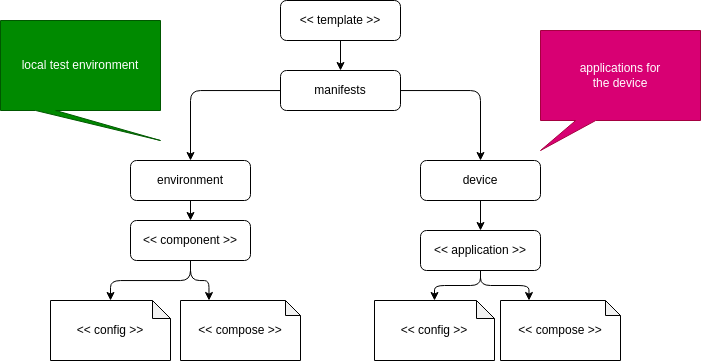
This is docs/folders.png from ci4rail/mender-template, a draw.io export, as it was before one commit. Source tidied: cells renumbered, new cells last; positions are measured from the earlier drawing's top-left corner, leaving out a move shared by most shapes. Its diagram source:
```xml
<mxGraphModel>
  <root>
    <mxCell id="0" />
    <mxCell id="1" parent="0" />
    <mxCell id="2" style="edgeStyle=none;html=1;" parent="1" edge="1" source="3" target="7">
      <mxGeometry relative="1" as="geometry" />
    </mxCell>
    <mxCell id="3" value="&amp;lt;&amp;lt; template &amp;gt;&amp;gt;" style="rounded=1;whiteSpace=wrap;html=1;fontSize=12;glass=0;strokeWidth=1;shadow=0;" parent="1" vertex="1">
      <mxGeometry x="280" width="120" height="40" as="geometry" />
    </mxCell>
    <mxCell id="4" value="No" style="edgeStyle=orthogonalEdgeStyle;rounded=0;html=1;jettySize=auto;fontSize=11;endArrow=block;endFill=0;endSize=8;strokeWidth=1;shadow=0;labelBackgroundColor=none;" parent="1" edge="1" target="x">
      <mxGeometry y="10" relative="1" as="geometry">
        <mxPoint x="290" y="160" as="sourcePoint" />
      </mxGeometry>
    </mxCell>
    <mxCell id="5" style="edgeStyle=orthogonalEdgeStyle;html=1;entryX=0.5;entryY=0;entryDx=0;entryDy=0;" parent="1" edge="1" source="7" target="9">
      <mxGeometry relative="1" as="geometry" />
    </mxCell>
    <mxCell id="6" style="edgeStyle=orthogonalEdgeStyle;html=1;entryX=0.5;entryY=0;entryDx=0;entryDy=0;" parent="1" edge="1" source="7" target="11">
      <mxGeometry relative="1" as="geometry" />
    </mxCell>
    <mxCell id="7" value="manifests" style="rounded=1;whiteSpace=wrap;html=1;fontSize=12;glass=0;strokeWidth=1;shadow=0;" parent="1" vertex="1">
      <mxGeometry x="280" y="70" width="120" height="40" as="geometry" />
    </mxCell>
    <mxCell id="8" style="edgeStyle=orthogonalEdgeStyle;html=1;" parent="1" edge="1" source="9" target="19">
      <mxGeometry relative="1" as="geometry" />
    </mxCell>
    <mxCell id="9" value="environment" style="rounded=1;whiteSpace=wrap;html=1;fontSize=12;glass=0;strokeWidth=1;shadow=0;" parent="1" vertex="1">
      <mxGeometry x="130" y="160" width="120" height="40" as="geometry" />
    </mxCell>
    <mxCell id="10" style="edgeStyle=orthogonalEdgeStyle;html=1;entryX=0.5;entryY=0;entryDx=0;entryDy=0;" parent="1" edge="1" source="11" target="14">
      <mxGeometry relative="1" as="geometry" />
    </mxCell>
    <mxCell id="11" value="device" style="rounded=1;whiteSpace=wrap;html=1;fontSize=12;glass=0;strokeWidth=1;shadow=0;" parent="1" vertex="1">
      <mxGeometry x="420" y="160" width="120" height="40" as="geometry" />
    </mxCell>
    <mxCell id="12" style="edgeStyle=orthogonalEdgeStyle;html=1;entryX=0.5;entryY=0;entryDx=0;entryDy=0;entryPerimeter=0;" parent="1" edge="1" source="14" target="16">
      <mxGeometry relative="1" as="geometry" />
    </mxCell>
    <mxCell id="13" style="edgeStyle=orthogonalEdgeStyle;html=1;entryX=0;entryY=0;entryDx=28.5;entryDy=0;entryPerimeter=0;" parent="1" edge="1" source="14" target="15">
      <mxGeometry relative="1" as="geometry" />
    </mxCell>
    <mxCell id="14" value="&amp;lt;&amp;lt; application &amp;gt;&amp;gt;" style="rounded=1;whiteSpace=wrap;html=1;fontSize=12;glass=0;strokeWidth=1;shadow=0;" parent="1" vertex="1">
      <mxGeometry x="420" y="230" width="120" height="40" as="geometry" />
    </mxCell>
    <mxCell id="15" value="&amp;lt;&amp;lt; compose &amp;gt;&amp;gt;" style="shape=note;whiteSpace=wrap;html=1;backgroundOutline=1;darkOpacity=0.05;size=15;" parent="1" vertex="1">
      <mxGeometry x="500" y="300" width="120" height="60" as="geometry" />
    </mxCell>
    <mxCell id="16" value="&amp;lt;&amp;lt; config &amp;gt;&amp;gt;" style="shape=note;whiteSpace=wrap;html=1;backgroundOutline=1;darkOpacity=0.05;size=18;" parent="1" vertex="1">
      <mxGeometry x="374" y="300" width="120" height="60" as="geometry" />
    </mxCell>
    <mxCell id="17" value="local test environment" style="shape=callout;whiteSpace=wrap;html=1;perimeter=calloutPerimeter;size=30;position=0.22;position2=1;fillColor=#008a00;fontColor=#ffffff;strokeColor=#005700;" parent="1" vertex="1">
      <mxGeometry y="20" width="160" height="120" as="geometry" />
    </mxCell>
    <mxCell id="18" value="applications for&lt;br&gt;the device" style="shape=callout;whiteSpace=wrap;html=1;perimeter=calloutPerimeter;size=30;position=0.22;position2=0;fillColor=#d80073;fontColor=#ffffff;strokeColor=#A50040;" parent="1" vertex="1">
      <mxGeometry x="540" y="30" width="160" height="120" as="geometry" />
    </mxCell>
    <mxCell id="19" value="&amp;lt;&amp;lt; component &amp;gt;&amp;gt;" style="rounded=1;whiteSpace=wrap;html=1;fontSize=12;glass=0;strokeWidth=1;shadow=0;" parent="1" vertex="1">
      <mxGeometry x="130" y="220" width="120" height="40" as="geometry" />
    </mxCell>
    <mxCell id="20" style="edgeStyle=orthogonalEdgeStyle;html=1;entryX=0.5;entryY=0;entryDx=0;entryDy=0;entryPerimeter=0;exitX=0.5;exitY=1;exitDx=0;exitDy=0;" parent="1" edge="1" source="19" target="23">
      <mxGeometry relative="1" as="geometry" />
    </mxCell>
    <mxCell id="21" style="edgeStyle=orthogonalEdgeStyle;html=1;entryX=0;entryY=0;entryDx=28.5;entryDy=0;entryPerimeter=0;exitX=0.5;exitY=1;exitDx=0;exitDy=0;" parent="1" edge="1" source="19" target="22">
      <mxGeometry relative="1" as="geometry" />
    </mxCell>
    <mxCell id="22" value="&amp;lt;&amp;lt; compose &amp;gt;&amp;gt;" style="shape=note;whiteSpace=wrap;html=1;backgroundOutline=1;darkOpacity=0.05;size=15;" parent="1" vertex="1">
      <mxGeometry x="180" y="300" width="120" height="60" as="geometry" />
    </mxCell>
    <mxCell id="23" value="&amp;lt;&amp;lt; config &amp;gt;&amp;gt;" style="shape=note;whiteSpace=wrap;html=1;backgroundOutline=1;darkOpacity=0.05;size=18;" parent="1" vertex="1">
      <mxGeometry x="50" y="300" width="120" height="60" as="geometry" />
    </mxCell>
  </root>
</mxGraphModel>
```
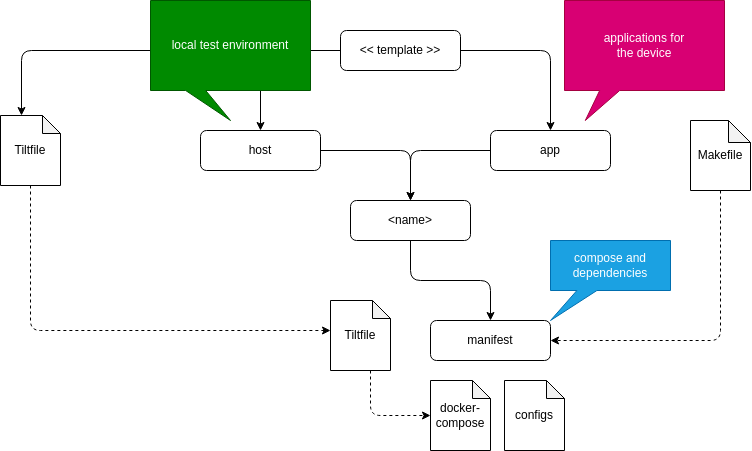
Above is the later version.

Change to the diagram source:
```diff
@@ -2,73 +2,98 @@
   <root>
     <mxCell id="0" />
     <mxCell id="1" parent="0" />
-    <mxCell id="2" style="edgeStyle=none;html=1;" parent="1" edge="1" source="3" target="7">
-      <mxGeometry relative="1" as="geometry" />
-    </mxCell>
+    <mxCell id="24" style="edgeStyle=orthogonalEdgeStyle;html=1;" parent="1" edge="1" source="3" target="28">
+      <mxGeometry relative="1" as="geometry" />
+    </mxCell>
+    <mxCell id="25" style="edgeStyle=orthogonalEdgeStyle;html=1;" parent="1" edge="1" source="3" target="30">
+      <mxGeometry relative="1" as="geometry" />
+    </mxCell>
+    <mxCell id="26" style="edgeStyle=orthogonalEdgeStyle;html=1;entryX=0;entryY=0;entryDx=21;entryDy=0;entryPerimeter=0;" parent="1" edge="1" source="3" target="40">
+      <mxGeometry relative="1" as="geometry" />
+    </mxCell>
     <mxCell id="3" value="&amp;lt;&amp;lt; template &amp;gt;&amp;gt;" style="rounded=1;whiteSpace=wrap;html=1;fontSize=12;glass=0;strokeWidth=1;shadow=0;" parent="1" vertex="1">
-      <mxGeometry x="280" width="120" height="40" as="geometry" />
+      <mxGeometry x="270" y="-120" width="120" height="40" as="geometry" />
     </mxCell>
-    <mxCell id="4" value="No" style="edgeStyle=orthogonalEdgeStyle;rounded=0;html=1;jettySize=auto;fontSize=11;endArrow=block;endFill=0;endSize=8;strokeWidth=1;shadow=0;labelBackgroundColor=none;" parent="1" edge="1" target="x">
+    <mxCell id="4" value="No" style="edgeStyle=orthogonalEdgeStyle;rounded=0;html=1;jettySize=auto;orthogonalLoop=1;fontSize=11;endArrow=block;endFill=0;endSize=8;strokeWidth=1;shadow=0;labelBackgroundColor=none;" parent="1" edge="1">
       <mxGeometry y="10" relative="1" as="geometry">
         <mxPoint x="290" y="160" as="sourcePoint" />
       </mxGeometry>
     </mxCell>
-    <mxCell id="5" style="edgeStyle=orthogonalEdgeStyle;html=1;entryX=0.5;entryY=0;entryDx=0;entryDy=0;" parent="1" edge="1" source="7" target="9">
-      <mxGeometry relative="1" as="geometry" />
+    <mxCell id="5" style="edgeStyle=orthogonalEdgeStyle;html=1;entryX=0.5;entryY=0;entryDx=0;entryDy=0;" parent="1" edge="1" target="x">
+      <mxGeometry relative="1" as="geometry">
+        <mxPoint x="510" y="290" as="sourcePoint" />
+      </mxGeometry>
     </mxCell>
-    <mxCell id="6" style="edgeStyle=orthogonalEdgeStyle;html=1;entryX=0.5;entryY=0;entryDx=0;entryDy=0;" parent="1" edge="1" source="7" target="11">
-      <mxGeometry relative="1" as="geometry" />
+    <mxCell id="6" style="edgeStyle=orthogonalEdgeStyle;html=1;entryX=0.5;entryY=0;entryDx=0;entryDy=0;" parent="1" edge="1" target="x">
+      <mxGeometry relative="1" as="geometry">
+        <mxPoint x="570.5" y="270" as="sourcePoint" />
+      </mxGeometry>
     </mxCell>
-    <mxCell id="7" value="manifests" style="rounded=1;whiteSpace=wrap;html=1;fontSize=12;glass=0;strokeWidth=1;shadow=0;" parent="1" vertex="1">
-      <mxGeometry x="280" y="70" width="120" height="40" as="geometry" />
-    </mxCell>
-    <mxCell id="8" style="edgeStyle=orthogonalEdgeStyle;html=1;" parent="1" edge="1" source="9" target="19">
-      <mxGeometry relative="1" as="geometry" />
-    </mxCell>
-    <mxCell id="9" value="environment" style="rounded=1;whiteSpace=wrap;html=1;fontSize=12;glass=0;strokeWidth=1;shadow=0;" parent="1" vertex="1">
-      <mxGeometry x="130" y="160" width="120" height="40" as="geometry" />
-    </mxCell>
-    <mxCell id="10" style="edgeStyle=orthogonalEdgeStyle;html=1;entryX=0.5;entryY=0;entryDx=0;entryDy=0;" parent="1" edge="1" source="11" target="14">
-      <mxGeometry relative="1" as="geometry" />
-    </mxCell>
-    <mxCell id="11" value="device" style="rounded=1;whiteSpace=wrap;html=1;fontSize=12;glass=0;strokeWidth=1;shadow=0;" parent="1" vertex="1">
-      <mxGeometry x="420" y="160" width="120" height="40" as="geometry" />
-    </mxCell>
-    <mxCell id="12" style="edgeStyle=orthogonalEdgeStyle;html=1;entryX=0.5;entryY=0;entryDx=0;entryDy=0;entryPerimeter=0;" parent="1" edge="1" source="14" target="16">
-      <mxGeometry relative="1" as="geometry" />
-    </mxCell>
-    <mxCell id="13" style="edgeStyle=orthogonalEdgeStyle;html=1;entryX=0;entryY=0;entryDx=28.5;entryDy=0;entryPerimeter=0;" parent="1" edge="1" source="14" target="15">
-      <mxGeometry relative="1" as="geometry" />
-    </mxCell>
-    <mxCell id="14" value="&amp;lt;&amp;lt; application &amp;gt;&amp;gt;" style="rounded=1;whiteSpace=wrap;html=1;fontSize=12;glass=0;strokeWidth=1;shadow=0;" parent="1" vertex="1">
-      <mxGeometry x="420" y="230" width="120" height="40" as="geometry" />
-    </mxCell>
-    <mxCell id="15" value="&amp;lt;&amp;lt; compose &amp;gt;&amp;gt;" style="shape=note;whiteSpace=wrap;html=1;backgroundOutline=1;darkOpacity=0.05;size=15;" parent="1" vertex="1">
-      <mxGeometry x="500" y="300" width="120" height="60" as="geometry" />
-    </mxCell>
-    <mxCell id="16" value="&amp;lt;&amp;lt; config &amp;gt;&amp;gt;" style="shape=note;whiteSpace=wrap;html=1;backgroundOutline=1;darkOpacity=0.05;size=18;" parent="1" vertex="1">
-      <mxGeometry x="374" y="300" width="120" height="60" as="geometry" />
-    </mxCell>
-    <mxCell id="17" value="local test environment" style="shape=callout;whiteSpace=wrap;html=1;perimeter=calloutPerimeter;size=30;position=0.22;position2=1;fillColor=#008a00;fontColor=#ffffff;strokeColor=#005700;" parent="1" vertex="1">
-      <mxGeometry y="20" width="160" height="120" as="geometry" />
+    <mxCell id="17" value="local test environment" style="shape=callout;whiteSpace=wrap;html=1;perimeter=calloutPerimeter;size=30;position=0.22;position2=0.5;fillColor=#008a00;fontColor=#ffffff;strokeColor=#005700;" parent="1" vertex="1">
+      <mxGeometry x="80" y="-150" width="160" height="120" as="geometry" />
     </mxCell>
-    <mxCell id="18" value="applications for&lt;br&gt;the device" style="shape=callout;whiteSpace=wrap;html=1;perimeter=calloutPerimeter;size=30;position=0.22;position2=0;fillColor=#d80073;fontColor=#ffffff;strokeColor=#A50040;" parent="1" vertex="1">
-      <mxGeometry x="540" y="30" width="160" height="120" as="geometry" />
+    <mxCell id="18" value="applications for&lt;br&gt;the device" style="shape=callout;whiteSpace=wrap;html=1;perimeter=calloutPerimeter;size=30;position=0.22;position2=0.13;fillColor=#d80073;fontColor=#ffffff;strokeColor=#A50040;" parent="1" vertex="1">
+      <mxGeometry x="494" y="-150" width="160" height="120" as="geometry" />
     </mxCell>
-    <mxCell id="19" value="&amp;lt;&amp;lt; component &amp;gt;&amp;gt;" style="rounded=1;whiteSpace=wrap;html=1;fontSize=12;glass=0;strokeWidth=1;shadow=0;" parent="1" vertex="1">
-      <mxGeometry x="130" y="220" width="120" height="40" as="geometry" />
-    </mxCell>
-    <mxCell id="20" style="edgeStyle=orthogonalEdgeStyle;html=1;entryX=0.5;entryY=0;entryDx=0;entryDy=0;entryPerimeter=0;exitX=0.5;exitY=1;exitDx=0;exitDy=0;" parent="1" edge="1" source="19" target="23">
-      <mxGeometry relative="1" as="geometry" />
-    </mxCell>
-    <mxCell id="21" style="edgeStyle=orthogonalEdgeStyle;html=1;entryX=0;entryY=0;entryDx=28.5;entryDy=0;entryPerimeter=0;exitX=0.5;exitY=1;exitDx=0;exitDy=0;" parent="1" edge="1" source="19" target="22">
-      <mxGeometry relative="1" as="geometry" />
-    </mxCell>
-    <mxCell id="22" value="&amp;lt;&amp;lt; compose &amp;gt;&amp;gt;" style="shape=note;whiteSpace=wrap;html=1;backgroundOutline=1;darkOpacity=0.05;size=15;" parent="1" vertex="1">
-      <mxGeometry x="180" y="300" width="120" height="60" as="geometry" />
-    </mxCell>
-    <mxCell id="23" value="&amp;lt;&amp;lt; config &amp;gt;&amp;gt;" style="shape=note;whiteSpace=wrap;html=1;backgroundOutline=1;darkOpacity=0.05;size=18;" parent="1" vertex="1">
-      <mxGeometry x="50" y="300" width="120" height="60" as="geometry" />
-    </mxCell>
+    <mxCell id="27" style="edgeStyle=orthogonalEdgeStyle;html=1;" parent="1" edge="1" source="28" target="32">
+      <mxGeometry relative="1" as="geometry" />
+    </mxCell>
+    <mxCell id="28" value="host" style="rounded=1;whiteSpace=wrap;html=1;fontSize=12;glass=0;strokeWidth=1;shadow=0;" parent="1" vertex="1">
+      <mxGeometry x="130" y="-20" width="120" height="40" as="geometry" />
+    </mxCell>
+    <mxCell id="29" style="edgeStyle=orthogonalEdgeStyle;html=1;" parent="1" edge="1" source="30" target="32">
+      <mxGeometry relative="1" as="geometry" />
+    </mxCell>
+    <mxCell id="30" value="app" style="rounded=1;whiteSpace=wrap;html=1;fontSize=12;glass=0;strokeWidth=1;shadow=0;" parent="1" vertex="1">
+      <mxGeometry x="420" y="-20" width="120" height="40" as="geometry" />
+    </mxCell>
+    <mxCell id="31" style="edgeStyle=orthogonalEdgeStyle;html=1;" parent="1" edge="1" source="32" target="35">
+      <mxGeometry relative="1" as="geometry" />
+    </mxCell>
+    <mxCell id="32" value="&amp;lt;name&amp;gt;" style="rounded=1;whiteSpace=wrap;html=1;fontSize=12;glass=0;strokeWidth=1;shadow=0;" parent="1" vertex="1">
+      <mxGeometry x="280" y="50" width="120" height="40" as="geometry" />
+    </mxCell>
+    <mxCell id="33" style="edgeStyle=orthogonalEdgeStyle;html=1;dashed=1;" parent="1" edge="1" source="34" target="36">
+      <mxGeometry relative="1" as="geometry">
+        <Array as="points">
+          <mxPoint x="300" y="265" />
+        </Array>
+      </mxGeometry>
+    </mxCell>
+    <mxCell id="34" value="Tiltfile" style="shape=note;whiteSpace=wrap;html=1;backgroundOutline=1;darkOpacity=0.05;size=18;" parent="1" vertex="1">
+      <mxGeometry x="260" y="150" width="60" height="70" as="geometry" />
+    </mxCell>
+    <mxCell id="35" value="manifest" style="rounded=1;whiteSpace=wrap;html=1;fontSize=12;glass=0;strokeWidth=1;shadow=0;" parent="1" vertex="1">
+      <mxGeometry x="360" y="170" width="120" height="40" as="geometry" />
+    </mxCell>
+    <mxCell id="36" value="docker-compose" style="shape=note;whiteSpace=wrap;html=1;backgroundOutline=1;darkOpacity=0.05;size=18;" parent="1" vertex="1">
+      <mxGeometry x="360" y="230" width="60" height="70" as="geometry" />
+    </mxCell>
+    <mxCell id="37" value="configs" style="shape=note;whiteSpace=wrap;html=1;backgroundOutline=1;darkOpacity=0.05;size=18;" parent="1" vertex="1">
+      <mxGeometry x="434" y="230" width="60" height="70" as="geometry" />
+    </mxCell>
+    <mxCell id="38" value="compose and dependencies" style="shape=callout;whiteSpace=wrap;html=1;perimeter=calloutPerimeter;size=30;position=0.22;position2=0;fillColor=#1ba1e2;fontColor=#ffffff;strokeColor=#006EAF;" parent="1" vertex="1">
+      <mxGeometry x="480" y="90" width="120" height="80" as="geometry" />
+    </mxCell>
+    <mxCell id="39" style="edgeStyle=orthogonalEdgeStyle;html=1;dashed=1;" parent="1" edge="1" source="40" target="34">
+      <mxGeometry relative="1" as="geometry">
+        <Array as="points">
+          <mxPoint x="-40" y="180" />
+        </Array>
+      </mxGeometry>
+    </mxCell>
+    <mxCell id="40" value="Tiltfile" style="shape=note;whiteSpace=wrap;html=1;backgroundOutline=1;darkOpacity=0.05;size=18;" parent="1" vertex="1">
+      <mxGeometry x="-70" y="-35" width="60" height="70" as="geometry" />
+    </mxCell>
+    <mxCell id="41" style="edgeStyle=orthogonalEdgeStyle;html=1;dashed=1;" parent="1" edge="1" source="42" target="35">
+      <mxGeometry relative="1" as="geometry">
+        <Array as="points">
+          <mxPoint x="650" y="190" />
+        </Array>
+      </mxGeometry>
+    </mxCell>
+    <mxCell id="42" value="Makefile" style="shape=note;whiteSpace=wrap;html=1;backgroundOutline=1;darkOpacity=0.05;size=22;" parent="1" vertex="1">
+      <mxGeometry x="620" y="-30" width="60" height="70" as="geometry" />
+    </mxCell>
   </root>
 </mxGraphModel>
```
